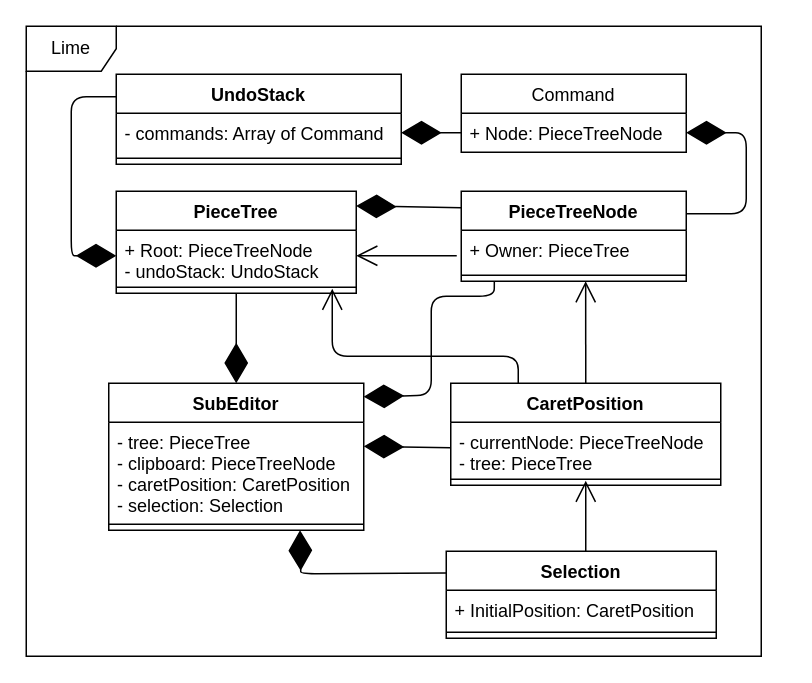
This is diagrams/SubEditorScheme.drawio from kutselabskii/diploma, a draw.io file, before an edit. Source tidied: cells renumbered, new cells numbered last; positions are measured from the earlier drawing's top-left corner, leaving out a move shared by most shapes. Both pictures are drawn from the tidied source at 150%, with x=0, y=0 at pixel (26, 26).
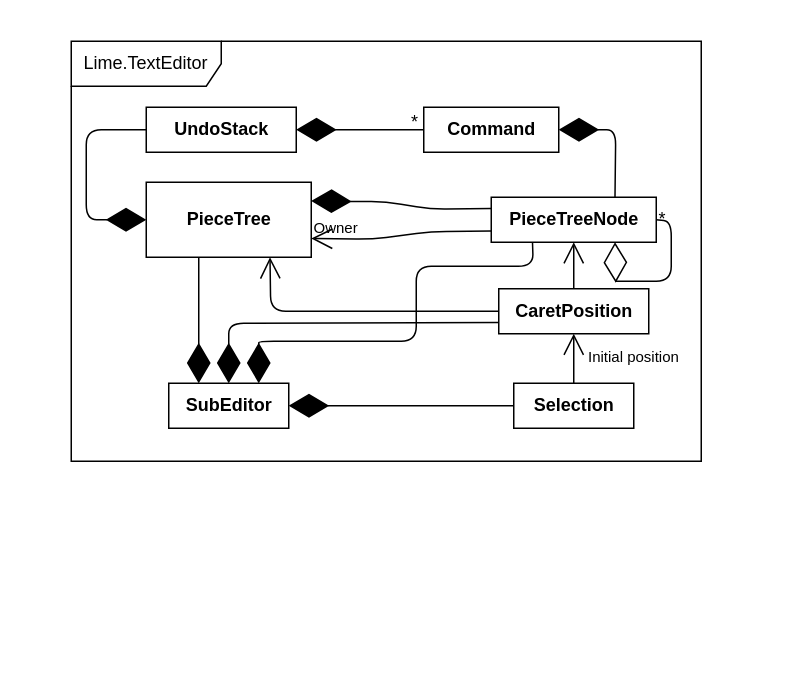
The same page after the edit.

What changed in the source:
```diff
@@
-    <mxCell id="2" value="Lime" style="shape=umlFrame;whiteSpace=wrap;html=1;" parent="1" vertex="1">
-      <mxGeometry width="490" height="420" as="geometry" />
+    <mxCell id="2" value="Lime.TextEditor" style="shape=umlFrame;whiteSpace=wrap;html=1;width=100;height=30;" parent="1" vertex="1">
+      <mxGeometry x="30" y="10" width="420" height="280" as="geometry" />
     </mxCell>
-    <mxCell id="3" value="UndoStack&#10;" style="swimlane;fontStyle=1;align=center;verticalAlign=top;horizontal=1;startSize=26;" parent="1" vertex="1">
-      <mxGeometry x="60" y="32" width="190" height="60" as="geometry" />
-    </mxCell>
-    <mxCell id="4" value="- commands: Array of Command" style="text;strokeColor=none;fillColor=none;align=left;verticalAlign=top;spacingLeft=4;spacingRight=4;overflow=hidden;points=[[0,0.5],[1,0.5]];portConstraint=eastwest;" parent="3" vertex="1">
-      <mxGeometry y="26" width="190" height="26" as="geometry" />
-    </mxCell>
-    <mxCell id="5" style="line;strokeWidth=1;fillColor=none;align=left;verticalAlign=middle;spacingTop=-1;spacingLeft=3;spacingRight=3;labelPosition=right;" parent="3" vertex="1">
-      <mxGeometry y="52" width="190" height="8" as="geometry" />
-    </mxCell>
-    <mxCell id="6" value="Command" style="swimlane;fontStyle=0;horizontal=1;startSize=26;fillColor=none;" parent="1" vertex="1">
-      <mxGeometry x="290" y="32" width="150" height="52" as="geometry" />
-    </mxCell>
-    <mxCell id="7" value="+ Node: PieceTreeNode" style="text;strokeColor=none;fillColor=none;align=left;verticalAlign=top;spacingLeft=4;spacingRight=4;overflow=hidden;points=[[0,0.5],[1,0.5]];portConstraint=eastwest;" parent="6" vertex="1">
-      <mxGeometry y="26" width="150" height="26" as="geometry" />
-    </mxCell>
-    <mxCell id="8" value="PieceTreeNode" style="swimlane;fontStyle=1;align=center;verticalAlign=top;horizontal=1;startSize=26;" parent="1" vertex="1">
-      <mxGeometry x="290" y="110" width="150" height="60" as="geometry" />
-    </mxCell>
-    <mxCell id="9" value="+ Owner: PieceTree" style="text;strokeColor=none;fillColor=none;align=left;verticalAlign=top;spacingLeft=4;spacingRight=4;overflow=hidden;" parent="8" vertex="1">
-      <mxGeometry y="26" width="150" height="26" as="geometry" />
-    </mxCell>
-    <mxCell id="10" style="line;strokeWidth=1;fillColor=none;align=left;verticalAlign=middle;spacingTop=-1;spacingLeft=3;spacingRight=3;labelPosition=right;points=[];portConstraint=eastwest;" parent="8" vertex="1">
-      <mxGeometry y="52" width="150" height="8" as="geometry" />
-    </mxCell>
-    <mxCell id="11" value="PieceTree" style="swimlane;fontStyle=1;align=center;verticalAlign=top;horizontal=1;startSize=26;" parent="1" vertex="1">
-      <mxGeometry x="60" y="110" width="160" height="68" as="geometry" />
-    </mxCell>
-    <mxCell id="12" value="+ Root: PieceTreeNode&#10;- undoStack: UndoStack&#10;" style="text;strokeColor=none;fillColor=none;align=left;verticalAlign=top;spacingLeft=4;spacingRight=4;overflow=hidden;points=[[0,0.5],[1,0.5]];portConstraint=eastwest;" parent="11" vertex="1">
-      <mxGeometry y="26" width="160" height="34" as="geometry" />
-    </mxCell>
-    <mxCell id="13" style="line;strokeWidth=1;fillColor=none;align=left;verticalAlign=middle;spacingTop=-1;spacingLeft=3;spacingRight=3;labelPosition=right;points=[];portConstraint=eastwest;" parent="11" vertex="1">
-      <mxGeometry y="60" width="160" height="8" as="geometry" />
-    </mxCell>
-    <mxCell id="14" style="endArrow=diamondThin;endFill=1;endSize=24;html=1;entryX=1;entryY=0.5;entryDx=0;entryDy=0;exitX=0;exitY=0.5;exitDx=0;exitDy=0;" parent="1" edge="1" source="7" target="4">
+    <mxCell id="14" style="endArrow=diamondThin;endFill=1;endSize=24;html=1;entryX=1;entryY=0.5;entryDx=0;entryDy=0;exitX=0;exitY=0.5;exitDx=0;exitDy=0;" parent="1" edge="1" source="6" target="3">
       <mxGeometry relative="1" as="geometry" />
     </mxCell>
-    <mxCell id="15" style="endArrow=diamondThin;endFill=1;endSize=24;html=1;entryX=1;entryY=0.5;entryDx=0;entryDy=0;exitX=1;exitY=0.25;exitDx=0;exitDy=0;" parent="1" edge="1" source="8" target="7">
+    <mxCell id="15" style="endArrow=diamondThin;endFill=1;endSize=24;html=1;entryX=1;entryY=0.5;entryDx=0;entryDy=0;exitX=0.75;exitY=0;exitDx=0;exitDy=0;" parent="1" edge="1" source="8" target="6">
       <mxGeometry relative="1" as="geometry">
         <Array as="points">
-          <mxPoint x="480" y="125" />
-          <mxPoint x="480" y="71" />
+          <mxPoint x="393" y="69" />
         </Array>
       </mxGeometry>
     </mxCell>
-    <mxCell id="16" style="endArrow=diamondThin;endFill=1;endSize=24;html=1;entryX=1;entryY=0.144;entryDx=0;entryDy=0;entryPerimeter=0;" parent="1" edge="1" target="11">
+    <mxCell id="16" style="endArrow=diamondThin;endFill=1;endSize=24;html=1;entryX=1;entryY=0.25;entryDx=0;entryDy=0;exitX=0;exitY=0.25;exitDx=0;exitDy=0;" parent="1" edge="1" source="8" target="11">
       <mxGeometry relative="1" as="geometry">
-        <mxPoint x="290" y="121" as="sourcePoint" />
+        <Array as="points">
+          <mxPoint x="270" y="122" />
+          <mxPoint x="240" y="117" />
+        </Array>
       </mxGeometry>
     </mxCell>
-    <mxCell id="17" style="endArrow=diamondThin;endFill=1;endSize=24;html=1;entryX=0;entryY=0.5;entryDx=0;entryDy=0;exitX=0;exitY=0.25;exitDx=0;exitDy=0;" parent="1" edge="1" source="3" target="12">
+    <mxCell id="17" style="endArrow=diamondThin;endFill=1;endSize=24;html=1;entryX=0;entryY=0.5;entryDx=0;entryDy=0;exitX=0;exitY=0.5;exitDx=0;exitDy=0;" parent="1" edge="1" source="3" target="11">
       <mxGeometry relative="1" as="geometry">
         <Array as="points">
-          <mxPoint x="30" y="47" />
-          <mxPoint x="30" y="153" />
+          <mxPoint x="40" y="69" />
+          <mxPoint x="40" y="129" />
         </Array>
       </mxGeometry>
     </mxCell>
-    <mxCell id="18" value="SubEditor" style="swimlane;fontStyle=1;align=center;verticalAlign=top;horizontal=1;startSize=26;" parent="1" vertex="1">
-      <mxGeometry x="55" y="238" width="170" height="98" as="geometry" />
-    </mxCell>
-    <mxCell id="19" value="- tree: PieceTree&#10;- clipboard: PieceTreeNode&#10;- caretPosition: CaretPosition&#10;- selection: Selection&#10;&#10;" style="text;strokeColor=none;fillColor=none;align=left;verticalAlign=top;spacingLeft=4;spacingRight=4;overflow=hidden;points=[[0,0.5],[1,0.5]];portConstraint=eastwest;" parent="18" vertex="1">
-      <mxGeometry y="26" width="170" height="64" as="geometry" />
-    </mxCell>
-    <mxCell id="20" style="line;strokeWidth=1;fillColor=none;align=left;verticalAlign=middle;spacingTop=-1;spacingLeft=3;spacingRight=3;labelPosition=right;" parent="18" vertex="1">
-      <mxGeometry y="90" width="170" height="8" as="geometry" />
-    </mxCell>
-    <mxCell id="21" style="endArrow=open;endFill=1;endSize=12;html=1;entryX=1;entryY=0.5;entryDx=0;entryDy=0;" parent="1" edge="1" target="12">
-      <mxGeometry relative="1" as="geometry">
-        <mxPoint x="287" y="153" as="sourcePoint" />
-      </mxGeometry>
-    </mxCell>
-    <mxCell id="22" style="endArrow=diamondThin;endFill=1;endSize=24;html=1;entryX=0.5;entryY=0;entryDx=0;entryDy=0;exitX=0.5;exitY=1;exitDx=0;exitDy=0;" parent="1" edge="1" source="11" target="18">
-      <mxGeometry relative="1" as="geometry" />
-    </mxCell>
-    <mxCell id="23" style="endArrow=diamondThin;endFill=1;endSize=24;html=1;exitX=0.147;exitY=1;exitDx=0;exitDy=0;exitPerimeter=0;entryX=1;entryY=0.092;entryDx=0;entryDy=0;entryPerimeter=0;" parent="1" edge="1" source="10" target="18">
-      <mxGeometry relative="1" as="geometry">
-        <Array as="points">
-          <mxPoint x="312" y="180" />
-          <mxPoint x="270" y="180" />
-          <mxPoint x="270" y="246" />
-        </Array>
-      </mxGeometry>
-    </mxCell>
-    <mxCell id="24" value="CaretPosition" style="swimlane;fontStyle=1;align=center;verticalAlign=top;horizontal=1;startSize=26;" parent="1" vertex="1">
-      <mxGeometry x="283" y="238" width="180" height="68" as="geometry" />
-    </mxCell>
-    <mxCell id="25" value="- currentNode: PieceTreeNode&#10;- tree: PieceTree&#10;" style="text;strokeColor=none;fillColor=none;align=left;verticalAlign=top;spacingLeft=4;spacingRight=4;overflow=hidden;points=[[0,0.5],[1,0.5]];portConstraint=eastwest;" parent="24" vertex="1">
-      <mxGeometry y="26" width="180" height="34" as="geometry" />
-    </mxCell>
-    <mxCell id="26" style="line;strokeWidth=1;fillColor=none;align=left;verticalAlign=middle;spacingTop=-1;spacingLeft=3;spacingRight=3;labelPosition=right;points=[];portConstraint=eastwest;" parent="24" vertex="1">
-      <mxGeometry y="60" width="180" height="8" as="geometry" />
-    </mxCell>
-    <mxCell id="27" style="endArrow=open;endFill=1;endSize=12;html=1;entryX=0.553;entryY=1;entryDx=0;entryDy=0;entryPerimeter=0;exitX=0.5;exitY=0;exitDx=0;exitDy=0;" parent="1" edge="1" source="24" target="10">
-      <mxGeometry relative="1" as="geometry" />
+    <mxCell id="27" style="endArrow=open;endFill=1;endSize=12;html=1;entryX=0.5;entryY=1;entryDx=0;entryDy=0;exitX=0.5;exitY=0;exitDx=0;exitDy=0;" parent="1" edge="1" source="24" target="8">
+      <mxGeometry relative="1" as="geometry">
+        <Array as="points">
+          <mxPoint x="365" y="170" />
+        </Array>
+      </mxGeometry>
     </mxCell>
-    <mxCell id="28" style="endArrow=open;endFill=1;endSize=12;html=1;entryX=0.9;entryY=0.625;entryDx=0;entryDy=0;entryPerimeter=0;exitX=0.25;exitY=0;exitDx=0;exitDy=0;" parent="1" edge="1" source="24" target="13">
+    <mxCell id="28" style="endArrow=open;endFill=1;endSize=12;html=1;entryX=0.75;entryY=1;entryDx=0;entryDy=0;exitX=0;exitY=0.5;exitDx=0;exitDy=0;" parent="1" edge="1" source="24" target="11">
       <mxGeometry relative="1" as="geometry">
         <Array as="points">
-          <mxPoint x="328" y="220" />
-          <mxPoint x="204" y="220" />
+          <mxPoint x="163" y="190" />
         </Array>
       </mxGeometry>
     </mxCell>
-    <mxCell id="29" style="endArrow=diamondThin;endFill=1;endSize=24;html=1;exitX=0;exitY=0.5;exitDx=0;exitDy=0;entryX=1;entryY=0.25;entryDx=0;entryDy=0;entryPerimeter=0;" parent="1" edge="1" source="25" target="19">
-      <mxGeometry relative="1" as="geometry" />
-    </mxCell>
+    <mxCell id="33" style="endArrow=open;endFill=1;endSize=12;html=1;entryX=0.5;entryY=1;entryDx=0;entryDy=0;exitX=0.5;exitY=0;exitDx=0;exitDy=0;" parent="1" edge="1" source="30" target="24">
+      <mxGeometry relative="1" as="geometry" />
+    </mxCell>
+    <mxCell id="3" value="&lt;b&gt;UndoStack&lt;/b&gt;" style="html=1;" parent="1" vertex="1">
+      <mxGeometry x="80" y="54" width="100" height="30" as="geometry" />
+    </mxCell>
+    <mxCell id="6" value="&lt;b&gt;Command&lt;/b&gt;" style="html=1;" parent="1" vertex="1">
+      <mxGeometry x="265" y="54" width="90" height="30" as="geometry" />
+    </mxCell>
+    <mxCell id="8" value="&lt;b&gt;PieceTreeNode&lt;/b&gt;" style="html=1;" parent="1" vertex="1">
+      <mxGeometry x="310" y="114" width="110" height="30" as="geometry" />
+    </mxCell>
+    <mxCell id="35" value="*" style="text;html=1;align=left;verticalAlign=top;spacingTop=-4;" parent="1" vertex="1">
+      <mxGeometry x="255" y="54" width="20" height="20" as="geometry" />
+    </mxCell>
+    <mxCell id="11" value="&lt;b&gt;PieceTree&lt;/b&gt;" style="html=1;" parent="1" vertex="1">
+      <mxGeometry x="80" y="104" width="110" height="50" as="geometry" />
+    </mxCell>
+    <mxCell id="36" style="endArrow=open;endFill=1;endSize=12;html=1;entryX=1;entryY=0.75;entryDx=0;entryDy=0;exitX=0;exitY=0.75;exitDx=0;exitDy=0;" parent="1" edge="1" source="8" target="11">
+      <mxGeometry relative="1" as="geometry">
+        <Array as="points">
+          <mxPoint x="270" y="137" />
+          <mxPoint x="230" y="142" />
+        </Array>
+      </mxGeometry>
+    </mxCell>
+    <mxCell id="37" value="&lt;font size=&quot;1&quot;&gt;Owner&lt;/font&gt;" style="text;html=1;align=left;verticalAlign=top;spacingTop=-4;" parent="1" vertex="1">
+      <mxGeometry x="190" y="124" width="50" height="20" as="geometry" />
+    </mxCell>
-    <mxCell id="30" value="Selection" style="swimlane;fontStyle=1;align=center;verticalAlign=top;horizontal=1;startSize=26;" parent="1" vertex="1">
-      <mxGeometry x="280" y="350" width="180" height="58" as="geometry" />
+    <mxCell id="30" value="&lt;b&gt;Selection&lt;/b&gt;" style="html=1;" parent="1" vertex="1">
+      <mxGeometry x="325" y="238" width="80" height="30" as="geometry" />
     </mxCell>
-    <mxCell id="31" value="+ InitialPosition: CaretPosition" style="text;strokeColor=none;fillColor=none;align=left;verticalAlign=top;spacingLeft=4;spacingRight=4;overflow=hidden;" parent="30" vertex="1">
-      <mxGeometry y="26" width="180" height="24" as="geometry" />
-    </mxCell>
-    <mxCell id="32" style="line;strokeWidth=1;fillColor=none;align=left;verticalAlign=middle;spacingTop=-1;spacingLeft=3;spacingRight=3;labelPosition=right;" parent="30" vertex="1">
-      <mxGeometry y="50" width="180" height="8" as="geometry" />
-    </mxCell>
-    <mxCell id="33" style="endArrow=open;endFill=1;endSize=12;html=1;entryX=0.5;entryY=0.625;entryDx=0;entryDy=0;entryPerimeter=0;" parent="1" edge="1" target="26">
-      <mxGeometry relative="1" as="geometry">
-        <mxPoint x="373" y="350" as="sourcePoint" />
-      </mxGeometry>
-    </mxCell>
+    <mxCell id="38" value="&lt;font style=&quot;font-size: 10px&quot;&gt;Initial position&lt;/font&gt;" style="text;html=1;align=left;verticalAlign=top;spacingTop=-4;" parent="1" vertex="1">
+      <mxGeometry x="373" y="210" width="80" height="20" as="geometry" />
+    </mxCell>
+    <mxCell id="24" value="&lt;b&gt;CaretPosition&lt;/b&gt;" style="html=1;" parent="1" vertex="1">
+      <mxGeometry x="315" y="175" width="100" height="30" as="geometry" />
+    </mxCell>
+    <mxCell id="18" value="&lt;b&gt;SubEditor&lt;/b&gt;" style="html=1;" parent="1" vertex="1">
+      <mxGeometry x="95" y="238" width="80" height="30" as="geometry" />
+    </mxCell>
-    <mxCell id="34" style="endArrow=diamondThin;endFill=1;endSize=24;html=1;exitX=0;exitY=0.25;exitDx=0;exitDy=0;entryX=0.75;entryY=1;entryDx=0;entryDy=0;" parent="1" edge="1" source="30" target="18">
-      <mxGeometry relative="1" as="geometry">
-        <Array as="points">
-          <mxPoint x="183" y="365" />
-        </Array>
-      </mxGeometry>
+    <mxCell id="34" style="endArrow=diamondThin;endFill=1;endSize=24;html=1;entryX=1;entryY=0.5;entryDx=0;entryDy=0;exitX=0;exitY=0.5;exitDx=0;exitDy=0;" parent="1" edge="1" source="30" target="18">
+      <mxGeometry relative="1" as="geometry" />
     </mxCell>
+    <mxCell id="39" style="endArrow=diamondThin;endFill=1;endSize=24;html=1;entryX=0.25;entryY=0;entryDx=0;entryDy=0;" parent="1" edge="1" target="18">
+      <mxGeometry relative="1" as="geometry">
+        <mxPoint x="115" y="154" as="sourcePoint" />
+      </mxGeometry>
+    </mxCell>
+    <mxCell id="40" style="endArrow=diamondThin;endFill=1;endSize=24;html=1;entryX=0.5;entryY=0;entryDx=0;entryDy=0;exitX=0;exitY=0.75;exitDx=0;exitDy=0;" parent="1" edge="1" source="24" target="18">
+      <mxGeometry relative="1" as="geometry">
+        <Array as="points">
+          <mxPoint x="135" y="198" />
+        </Array>
+      </mxGeometry>
+    </mxCell>
+    <mxCell id="41" style="endArrow=diamondThin;endFill=1;endSize=24;html=1;entryX=0.75;entryY=0;entryDx=0;entryDy=0;exitX=0.25;exitY=1;exitDx=0;exitDy=0;" parent="1" edge="1" source="8" target="18">
+      <mxGeometry relative="1" as="geometry">
+        <Array as="points">
+          <mxPoint x="338" y="160" />
+          <mxPoint x="260" y="160" />
+          <mxPoint x="260" y="210" />
+          <mxPoint x="155" y="210" />
+        </Array>
+      </mxGeometry>
+    </mxCell>
+    <mxCell id="42" style="endArrow=diamondThin;endFill=0;endSize=24;html=1;entryX=0.75;entryY=1;entryDx=0;entryDy=0;exitX=1;exitY=0.5;exitDx=0;exitDy=0;" parent="1" edge="1" source="8" target="8">
+      <mxGeometry relative="1" as="geometry">
+        <Array as="points">
+          <mxPoint x="430" y="130" />
+          <mxPoint x="430" y="170" />
+          <mxPoint x="393" y="170" />
+        </Array>
+      </mxGeometry>
+    </mxCell>
+    <mxCell id="43" value="*" style="text;html=1;align=left;verticalAlign=top;spacingTop=-4;" parent="1" vertex="1">
+      <mxGeometry x="420" y="119" width="20" height="20" as="geometry" />
+    </mxCell>
```
